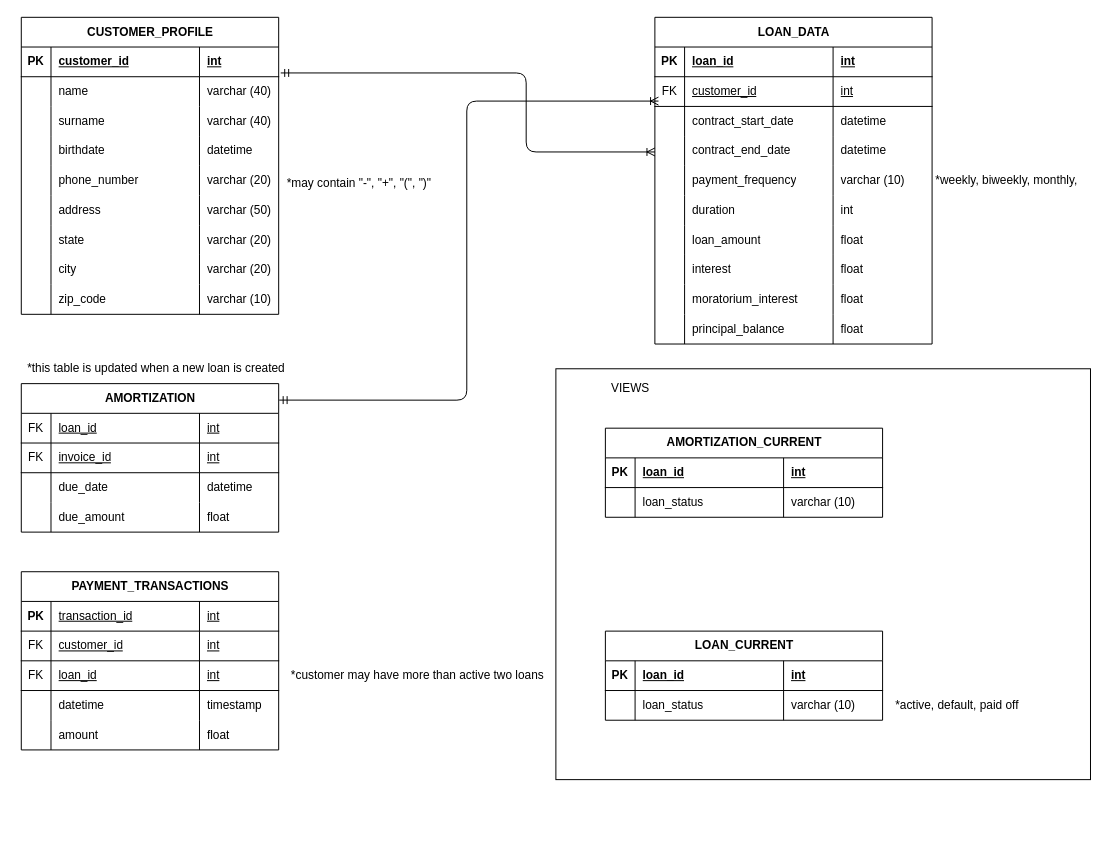
This is Diagrama sin título.drawio from saul-soto/business-case-assessment, a draw.io file, before an edit. Source tidied: cells renumbered, new cells numbered last; positions are measured from the earlier drawing's top-left corner, leaving out a move shared by most shapes. Both pictures are drawn from the tidied source at 99%, with x=0, y=0 at pixel (17, 17).
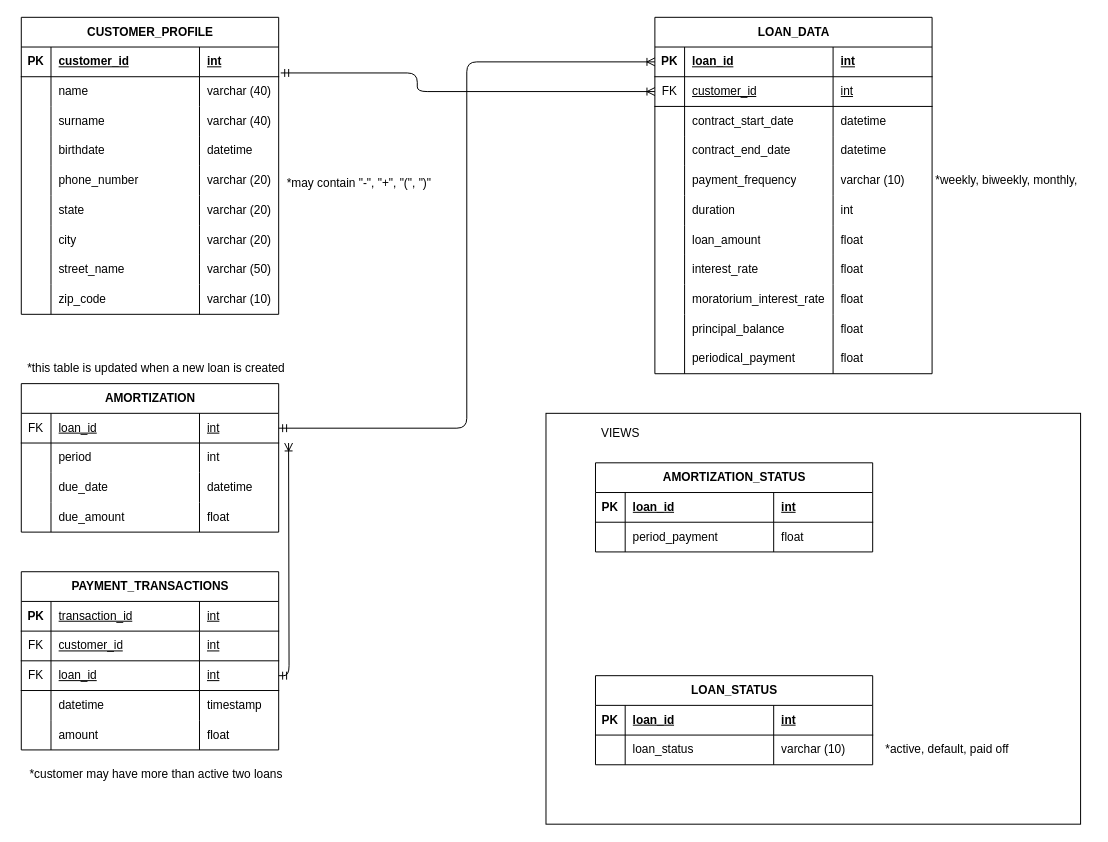
Above is the later version.

Unchanged cells that the change refers to:
```xml
<mxCell id="4" value="CUSTOMER_PROFILE" style="shape=table;startSize=30;childLayout=tableLayout;rowLines=0;fontStyle=1;align=center;html=1;" parent="1" vertex="1">
  <mxGeometry x="4" width="260" height="300" as="geometry" />
</mxCell>
<mxCell id="5" style="shape=tableRow;horizontal=0;startSize=0;swimlaneHead=0;swimlaneBody=0;fillColor=none;points=[[0,0.5],[1,0.5]];portConstraint=eastwest;top=0;left=0;right=0;bottom=1;" parent="4" vertex="1">
  <mxGeometry y="30" width="260" height="30" as="geometry" />
</mxCell>
<mxCell id="42" style="shape=tableRow;horizontal=0;startSize=0;swimlaneHead=0;swimlaneBody=0;fillColor=none;points=[[0,0.5],[1,0.5]];portConstraint=eastwest;top=0;left=0;right=0;bottom=1;" parent="41" vertex="1">
  <mxGeometry y="30" width="280" height="30" as="geometry" />
</mxCell>
<mxCell id="46" style="shape=tableRow;horizontal=0;startSize=0;swimlaneHead=0;swimlaneBody=0;fillColor=none;points=[[0,0.5],[1,0.5]];portConstraint=eastwest;top=0;left=0;right=0;bottom=1;" parent="41" vertex="1">
  <mxGeometry y="60" width="280" height="30" as="geometry" />
</mxCell>
<mxCell id="50" style="shape=tableRow;horizontal=0;startSize=0;swimlaneHead=0;swimlaneBody=0;fillColor=none;points=[[0,0.5],[1,0.5]];portConstraint=eastwest;top=0;left=0;right=0;bottom=0;" parent="41" vertex="1">
  <mxGeometry y="90" width="280" height="30" as="geometry" />
</mxCell>
<mxCell id="70" style="shape=tableRow;horizontal=0;startSize=0;swimlaneHead=0;swimlaneBody=0;fillColor=none;top=0;left=0;right=0;bottom=0;" parent="41" vertex="1">
  <mxGeometry y="240" width="280" height="30" as="geometry" />
</mxCell>
<mxCell id="74" style="shape=tableRow;horizontal=0;startSize=0;swimlaneHead=0;swimlaneBody=0;fillColor=none;top=0;left=0;right=0;bottom=0;" parent="41" vertex="1">
  <mxGeometry y="270" width="280" height="30" as="geometry" />
</mxCell>
<mxCell id="91" style="shape=tableRow;horizontal=0;startSize=0;swimlaneHead=0;swimlaneBody=0;fillColor=none;points=[[0,0.5],[1,0.5]];portConstraint=eastwest;top=0;left=0;right=0;bottom=1;" parent="82" vertex="1">
  <mxGeometry y="90" width="260" height="30" as="geometry" />
</mxCell>
<mxCell id="105" value="AMORTIZATION" style="shape=table;startSize=30;childLayout=tableLayout;rowLines=0;fontStyle=1;align=center;html=1;" parent="1" vertex="1">
  <mxGeometry x="4" y="370" width="260" height="150" as="geometry" />
</mxCell>
<mxCell id="106" style="shape=tableRow;horizontal=0;startSize=0;swimlaneHead=0;swimlaneBody=0;fillColor=none;points=[[0,0.5],[1,0.5]];portConstraint=eastwest;top=0;left=0;right=0;bottom=1;" parent="105" vertex="1">
  <mxGeometry y="30" width="260" height="30" as="geometry" />
</mxCell>
<mxCell id="141" style="shape=tableRow;horizontal=0;startSize=0;swimlaneHead=0;swimlaneBody=0;fillColor=none;top=0;left=0;right=0;bottom=0;" parent="136" vertex="1">
  <mxGeometry y="60" width="280" height="30" as="geometry" />
</mxCell>
```

Change to the diagram source:
```diff
@@
     <mxCell id="2" style="rounded=0;whiteSpace=wrap;html=1;" parent="1" vertex="1">
-      <mxGeometry x="544" y="355" width="540" height="415" as="geometry" />
+      <mxGeometry x="534" y="400" width="540" height="415" as="geometry" />
     </mxCell>
-    <mxCell id="3" style="edgeStyle=orthogonalEdgeStyle;html=1;endArrow=ERoneToMany;startArrow=ERmandOne;labelBackgroundColor=none;fontFamily=Verdana;fontSize=12;align=left;exitX=1.008;exitY=0.873;exitDx=0;exitDy=0;exitPerimeter=0;" parent="1" edge="1" source="5">
+    <mxCell id="3" style="edgeStyle=orthogonalEdgeStyle;html=1;endArrow=ERoneToMany;startArrow=ERmandOne;labelBackgroundColor=none;fontFamily=Verdana;fontSize=12;align=left;exitX=1.008;exitY=0.873;exitDx=0;exitDy=0;exitPerimeter=0;entryX=0;entryY=0.5;entryDx=0;entryDy=0;" parent="1" edge="1" source="5" target="46">
       <mxGeometry relative="1" as="geometry">
-        <mxPoint x="644" y="136" as="targetPoint" />
         <Array as="points">
-          <mxPoint x="514" y="56" />
-          <mxPoint x="514" y="136" />
+          <mxPoint x="404" y="56" />
+          <mxPoint x="404" y="75" />
         </Array>
       </mxGeometry>
     </mxCell>
@@
-    <mxCell id="25" style="shape=tableRow;horizontal=0;startSize=0;swimlaneHead=0;swimlaneBody=0;fillColor=none;top=0;left=0;right=0;bottom=0;" parent="4" vertex="1">
-      <mxGeometry y="180" width="260" height="30" as="geometry" />
-    </mxCell>
-    <mxCell id="26" style="shape=partialRectangle;fillColor=none;top=0;left=0;bottom=0;right=0;overflow=hidden;whiteSpace=wrap;html=1;" parent="25" vertex="1">
-      <mxGeometry width="30" height="30" as="geometry" />
-    </mxCell>
-    <mxCell id="27" value="address" style="shape=partialRectangle;fillColor=none;top=0;left=0;bottom=0;right=0;align=left;spacingLeft=6;overflow=hidden;whiteSpace=wrap;html=1;" parent="25" vertex="1">
-      <mxGeometry x="30" width="150" height="30" as="geometry" />
-    </mxCell>
-    <mxCell id="28" value="varchar (50)" style="shape=partialRectangle;fillColor=none;top=0;left=0;bottom=0;right=0;align=left;spacingLeft=6;overflow=hidden;whiteSpace=wrap;html=1;" parent="25" vertex="1">
-      <mxGeometry x="180" width="80" height="30" as="geometry" />
-    </mxCell>
     <mxCell id="29" style="shape=tableRow;horizontal=0;startSize=0;swimlaneHead=0;swimlaneBody=0;fillColor=none;top=0;left=0;right=0;bottom=0;" parent="4" vertex="1">
-      <mxGeometry y="210" width="260" height="30" as="geometry" />
+      <mxGeometry y="180" width="260" height="30" as="geometry" />
     </mxCell>
@@
     <mxCell id="33" style="shape=tableRow;horizontal=0;startSize=0;swimlaneHead=0;swimlaneBody=0;fillColor=none;top=0;left=0;right=0;bottom=0;" parent="4" vertex="1">
-      <mxGeometry y="240" width="260" height="30" as="geometry" />
+      <mxGeometry y="210" width="260" height="30" as="geometry" />
     </mxCell>
@@
+    <mxCell id="25" style="shape=tableRow;horizontal=0;startSize=0;swimlaneHead=0;swimlaneBody=0;fillColor=none;top=0;left=0;right=0;bottom=0;" parent="4" vertex="1">
+      <mxGeometry y="240" width="260" height="30" as="geometry" />
+    </mxCell>
+    <mxCell id="26" style="shape=partialRectangle;fillColor=none;top=0;left=0;bottom=0;right=0;overflow=hidden;whiteSpace=wrap;html=1;" parent="25" vertex="1">
+      <mxGeometry width="30" height="30" as="geometry" />
+    </mxCell>
+    <mxCell id="27" value="street_name" style="shape=partialRectangle;fillColor=none;top=0;left=0;bottom=0;right=0;align=left;spacingLeft=6;overflow=hidden;whiteSpace=wrap;html=1;" parent="25" vertex="1">
+      <mxGeometry x="30" width="150" height="30" as="geometry" />
+    </mxCell>
+    <mxCell id="28" value="varchar (50)" style="shape=partialRectangle;fillColor=none;top=0;left=0;bottom=0;right=0;align=left;spacingLeft=6;overflow=hidden;whiteSpace=wrap;html=1;" parent="25" vertex="1">
+      <mxGeometry x="180" width="80" height="30" as="geometry" />
+    </mxCell>
@@
     <mxCell id="41" value="LOAN_DATA" style="shape=table;startSize=30;childLayout=tableLayout;rowLines=0;fontStyle=1;align=center;html=1;" parent="1" vertex="1">
-      <mxGeometry x="644" width="280" height="330" as="geometry" />
+      <mxGeometry x="644" width="280" height="360" as="geometry" />
     </mxCell>
@@
-    <mxCell id="72" value="interest" style="shape=partialRectangle;fillColor=none;top=0;left=0;bottom=0;right=0;align=left;spacingLeft=6;overflow=hidden;whiteSpace=wrap;html=1;" parent="70" vertex="1">
+    <mxCell id="72" value="interest_rate" style="shape=partialRectangle;fillColor=none;top=0;left=0;bottom=0;right=0;align=left;spacingLeft=6;overflow=hidden;whiteSpace=wrap;html=1;" parent="70" vertex="1">
       <mxGeometry x="30" width="150" height="30" as="geometry" />
     </mxCell>
@@
-    <mxCell id="76" value="moratorium_interest" style="shape=partialRectangle;fillColor=none;top=0;left=0;bottom=0;right=0;align=left;spacingLeft=6;overflow=hidden;whiteSpace=wrap;html=1;" parent="74" vertex="1">
+    <mxCell id="76" value="moratorium_interest_rate" style="shape=partialRectangle;fillColor=none;top=0;left=0;bottom=0;right=0;align=left;spacingLeft=6;overflow=hidden;whiteSpace=wrap;html=1;" parent="74" vertex="1">
       <mxGeometry x="30" width="150" height="30" as="geometry" />
     </mxCell>
@@
+    <mxCell id="145" style="shape=tableRow;horizontal=0;startSize=0;swimlaneHead=0;swimlaneBody=0;fillColor=none;top=0;left=0;right=0;bottom=0;" parent="41" vertex="1">
+      <mxGeometry y="330" width="280" height="30" as="geometry" />
+    </mxCell>
+    <mxCell id="146" style="shape=partialRectangle;fillColor=none;top=0;left=0;bottom=0;right=0;overflow=hidden;whiteSpace=wrap;html=1;" parent="145" vertex="1">
+      <mxGeometry width="30" height="30" as="geometry" />
+    </mxCell>
+    <mxCell id="147" value="periodical_payment" style="shape=partialRectangle;fillColor=none;top=0;left=0;bottom=0;right=0;align=left;spacingLeft=6;overflow=hidden;whiteSpace=wrap;html=1;" parent="145" vertex="1">
+      <mxGeometry x="30" width="150" height="30" as="geometry" />
+    </mxCell>
+    <mxCell id="148" value="float" style="shape=partialRectangle;fillColor=none;top=0;left=0;bottom=0;right=0;align=left;spacingLeft=6;overflow=hidden;whiteSpace=wrap;html=1;" parent="145" vertex="1">
+      <mxGeometry x="180" width="100" height="30" as="geometry" />
+    </mxCell>
@@
     <mxCell id="103" value="*active, default, paid off" style="text;html=1;align=center;verticalAlign=middle;strokeColor=none;fillColor=none;" parent="1" vertex="1">
-      <mxGeometry x="874" y="680" width="150" height="30" as="geometry" />
+      <mxGeometry x="864" y="725" width="150" height="30" as="geometry" />
     </mxCell>
@@
-    <mxCell id="110" style="shape=tableRow;horizontal=0;startSize=0;swimlaneHead=0;swimlaneBody=0;fillColor=none;top=0;left=0;right=0;bottom=1;" parent="105" vertex="1">
-      <mxGeometry y="60" width="260" height="30" as="geometry" />
-    </mxCell>
-    <mxCell id="111" value="FK" style="shape=partialRectangle;fillColor=none;top=0;left=0;bottom=0;right=0;fontStyle=0;overflow=hidden;whiteSpace=wrap;html=1;" parent="110" vertex="1">
-      <mxGeometry width="30" height="30" as="geometry" />
-    </mxCell>
-    <mxCell id="112" value="invoice_id" style="shape=partialRectangle;fillColor=none;top=0;left=0;bottom=0;right=0;align=left;spacingLeft=6;fontStyle=4;overflow=hidden;whiteSpace=wrap;html=1;" parent="110" vertex="1">
-      <mxGeometry x="30" width="150" height="30" as="geometry" />
-    </mxCell>
+    <mxCell id="149" style="shape=tableRow;horizontal=0;startSize=0;swimlaneHead=0;swimlaneBody=0;fillColor=none;top=0;left=0;right=0;bottom=0;" parent="105" vertex="1">
+      <mxGeometry y="60" width="260" height="30" as="geometry" />
+    </mxCell>
+    <mxCell id="150" style="shape=partialRectangle;fillColor=none;top=0;left=0;bottom=0;right=0;overflow=hidden;whiteSpace=wrap;html=1;" parent="149" vertex="1">
+      <mxGeometry width="30" height="30" as="geometry" />
+    </mxCell>
+    <mxCell id="151" value="period" style="shape=partialRectangle;fillColor=none;top=0;left=0;bottom=0;right=0;align=left;spacingLeft=6;overflow=hidden;whiteSpace=wrap;html=1;" parent="149" vertex="1">
+      <mxGeometry x="30" width="150" height="30" as="geometry" />
+    </mxCell>
-    <mxCell id="113" value="int" style="shape=partialRectangle;fillColor=none;top=0;left=0;bottom=0;right=0;align=left;spacingLeft=6;fontStyle=4;overflow=hidden;whiteSpace=wrap;html=1;" parent="110" vertex="1">
+    <mxCell id="113" value="int" style="shape=partialRectangle;fillColor=none;top=0;left=0;bottom=0;right=0;align=left;spacingLeft=6;overflow=hidden;whiteSpace=wrap;html=1;" parent="149" vertex="1">
       <mxGeometry x="180" width="80" height="30" as="geometry" />
     </mxCell>
@@
-    <mxCell id="122" style="edgeStyle=orthogonalEdgeStyle;html=1;endArrow=ERoneToMany;startArrow=ERmandOne;labelBackgroundColor=none;fontFamily=Verdana;fontSize=12;align=left;exitX=1.002;exitY=0.111;exitDx=0;exitDy=0;exitPerimeter=0;entryX=0.013;entryY=-0.18;entryDx=0;entryDy=0;entryPerimeter=0;" parent="1" edge="1" source="105" target="50">
+    <mxCell id="122" style="edgeStyle=orthogonalEdgeStyle;html=1;endArrow=ERoneToMany;startArrow=ERmandOne;labelBackgroundColor=none;fontFamily=Verdana;fontSize=12;align=left;exitX=1;exitY=0.5;exitDx=0;exitDy=0;entryX=0;entryY=0.5;entryDx=0;entryDy=0;" parent="1" edge="1" source="106" target="42">
       <mxGeometry relative="1" as="geometry" />
     </mxCell>
@@
-    <mxCell id="124" value="LOAN_CURRENT" style="shape=table;startSize=30;childLayout=tableLayout;rowLines=0;fontStyle=1;align=center;html=1;" parent="1" vertex="1">
-      <mxGeometry x="594" y="620" width="280" height="90" as="geometry" />
+    <mxCell id="124" value="LOAN_STATUS" style="shape=table;startSize=30;childLayout=tableLayout;rowLines=0;fontStyle=1;align=center;html=1;" parent="1" vertex="1">
+      <mxGeometry x="584" y="665" width="280" height="90" as="geometry" />
     </mxCell>
@@
     <mxCell id="133" value="VIEWS" style="text;html=1;align=center;verticalAlign=middle;strokeColor=none;fillColor=none;" parent="1" vertex="1">
-      <mxGeometry x="589" y="360" width="60" height="30" as="geometry" />
+      <mxGeometry x="579" y="405" width="60" height="30" as="geometry" />
     </mxCell>
@@
     <mxCell id="135" value="*customer may have more than active two loans" style="text;html=1;align=center;verticalAlign=middle;strokeColor=none;fillColor=none;" parent="1" vertex="1">
-      <mxGeometry x="264" y="650" width="280" height="30" as="geometry" />
+      <mxGeometry y="750" width="280" height="30" as="geometry" />
     </mxCell>
-    <mxCell id="136" value="AMORTIZATION_CURRENT" style="shape=table;startSize=30;childLayout=tableLayout;rowLines=0;fontStyle=1;align=center;html=1;" parent="1" vertex="1">
-      <mxGeometry x="594" y="415" width="280" height="90" as="geometry" />
+    <mxCell id="136" value="AMORTIZATION_STATUS" style="shape=table;startSize=30;childLayout=tableLayout;rowLines=0;fontStyle=1;align=center;html=1;" parent="1" vertex="1">
+      <mxGeometry x="584" y="450" width="280" height="90" as="geometry" />
     </mxCell>
@@
-    <mxCell id="143" value="loan_status" style="shape=partialRectangle;fillColor=none;top=0;left=0;bottom=0;right=0;align=left;spacingLeft=6;overflow=hidden;whiteSpace=wrap;html=1;" parent="141" vertex="1">
+    <mxCell id="143" value="period_payment" style="shape=partialRectangle;fillColor=none;top=0;left=0;bottom=0;right=0;align=left;spacingLeft=6;overflow=hidden;whiteSpace=wrap;html=1;" parent="141" vertex="1">
       <mxGeometry x="30" width="150" height="30" as="geometry" />
     </mxCell>
-    <mxCell id="144" value="varchar (10)" style="shape=partialRectangle;fillColor=none;top=0;left=0;bottom=0;right=0;align=left;spacingLeft=6;overflow=hidden;whiteSpace=wrap;html=1;" parent="141" vertex="1">
+    <mxCell id="144" value="float" style="shape=partialRectangle;fillColor=none;top=0;left=0;bottom=0;right=0;align=left;spacingLeft=6;overflow=hidden;whiteSpace=wrap;html=1;" parent="141" vertex="1">
       <mxGeometry x="180" width="100" height="30" as="geometry" />
     </mxCell>
+    <mxCell id="152" style="edgeStyle=orthogonalEdgeStyle;html=1;endArrow=ERoneToMany;startArrow=ERmandOne;labelBackgroundColor=none;fontFamily=Verdana;fontSize=12;align=left;exitX=1;exitY=0.5;exitDx=0;exitDy=0;" parent="1" edge="1" source="91">
+      <mxGeometry relative="1" as="geometry">
+        <mxPoint x="274" y="430" as="targetPoint" />
+      </mxGeometry>
+    </mxCell>
```
